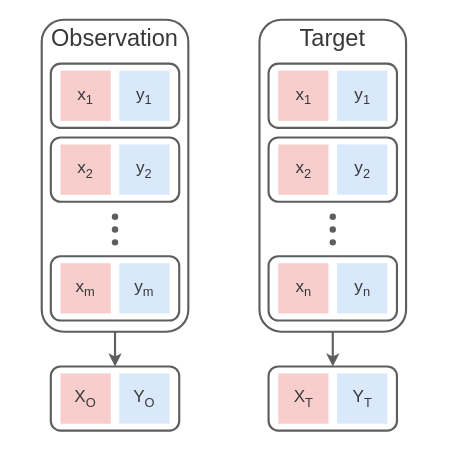
Earlier version of the draw.io diagram page "data" (7 of 10) of neural_process/nps.drawio (toonnyy8/PPT). Source tidied: cells renumbered, new cells numbered last; positions are measured from the earlier drawing's top-left corner, leaving out a move shared by most shapes. Both pictures are drawn from the tidied source at 107%, with x=0, y=0 at pixel (41, 19).
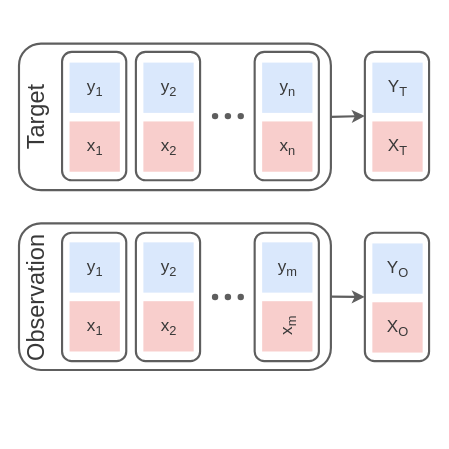
After the change.

Diff of the diagram source:
```diff
@@
+    <mxCell id="51" style="group;" parent="1" vertex="1">
+      <mxGeometry x="-21.5" y="22.2" width="384" height="305" as="geometry" />
+    </mxCell>
-    <mxCell id="2" style="rounded=1;whiteSpace=wrap;html=1;strokeColor=#5E5E5E;strokeWidth=2;fontSize=16;fontColor=#383838;fillColor=none;" parent="1" vertex="1">
-      <mxGeometry x="0.5" width="137" height="291.5" as="geometry" />
+    <mxCell id="2" style="rounded=1;whiteSpace=wrap;html=1;strokeColor=#5E5E5E;strokeWidth=2;fontSize=16;fontColor=#383838;fillColor=none;rotation=-90;" parent="51" vertex="1">
+      <mxGeometry x="78" y="90.8" width="137" height="291.5" as="geometry" />
     </mxCell>
-    <mxCell id="3" value="Observation" style="text;strokeColor=none;fillColor=none;align=center;verticalAlign=middle;rounded=0;fontSize=22;fontColor=#383838;" parent="1" vertex="1">
-      <mxGeometry x="24" width="90" height="30" as="geometry" />
+    <mxCell id="3" value="Observation" style="text;strokeColor=none;fillColor=none;align=center;verticalAlign=middle;rounded=0;fontSize=22;fontColor=#383838;rotation=-90;" parent="51" vertex="1">
+      <mxGeometry x="-30" y="221.8" width="90" height="30" as="geometry" />
     </mxCell>
-    <mxCell id="4" style="rounded=1;whiteSpace=wrap;html=1;strokeColor=#5E5E5E;strokeWidth=2;fontSize=16;fontColor=#383838;fillColor=none;" parent="1" vertex="1">
-      <mxGeometry x="204" width="137" height="291.5" as="geometry" />
+    <mxCell id="4" style="rounded=1;whiteSpace=wrap;html=1;strokeColor=#5E5E5E;strokeWidth=2;fontSize=16;fontColor=#383838;fillColor=none;rotation=-90;" parent="51" vertex="1">
+      <mxGeometry x="78" y="-77.2" width="137" height="291.5" as="geometry" />
     </mxCell>
-    <mxCell id="5" style="group;" parent="1" vertex="1">
-      <mxGeometry x="212.5" y="41" width="120" height="240" as="geometry" />
-    </mxCell>
-    <mxCell id="6" style="group;strokeWidth=1;fontColor=#383838;" parent="5" vertex="1">
-      <mxGeometry x="40" y="123" width="40" height="64" as="geometry" />
-    </mxCell>
-    <mxCell id="7" style="shape=waypoint;sketch=0;fillStyle=solid;size=6;fillColor=none;perimeter=centerPerimeter;fontSize=16;strokeColor=#5E5E5E;strokeWidth=1;fontColor=#383838;" parent="6" vertex="1">
-      <mxGeometry width="40" height="40" as="geometry" />
-    </mxCell>
-    <mxCell id="8" style="shape=waypoint;sketch=0;fillStyle=solid;size=6;fillColor=none;perimeter=centerPerimeter;fontSize=16;strokeColor=#5E5E5E;strokeWidth=1;fontColor=#383838;" parent="6" vertex="1">
-      <mxGeometry y="12" width="40" height="40" as="geometry" />
-    </mxCell>
-    <mxCell id="9" style="shape=waypoint;sketch=0;fillStyle=solid;size=6;fillColor=none;perimeter=centerPerimeter;fontSize=16;strokeColor=#5E5E5E;strokeWidth=1;fontColor=#383838;" parent="6" vertex="1">
-      <mxGeometry y="24" width="40" height="40" as="geometry" />
-    </mxCell>
-    <mxCell id="10" style="rounded=1;whiteSpace=wrap;html=1;strokeColor=#5E5E5E;strokeWidth=2;fontSize=16;fontColor=#383838;fillColor=none;" parent="5" vertex="1">
-      <mxGeometry y="180" width="120" height="60" as="geometry" />
-    </mxCell>
-    <mxCell id="11" style="group;fontSize=16;fontColor=#383838;" parent="5" vertex="1">
-      <mxGeometry x="9" y="186.5" width="102" height="47" as="geometry" />
-    </mxCell>
-    <mxCell id="12" value="x&lt;sub&gt;&lt;font style=&quot;font-size: 12px&quot;&gt;n&lt;/font&gt;&lt;/sub&gt;" style="whiteSpace=wrap;html=1;strokeColor=none;strokeWidth=2;fillColor=#f8cecc;fontSize=16;fontColor=#383838;" parent="11" vertex="1">
-      <mxGeometry width="47" height="47" as="geometry" />
-    </mxCell>
-    <mxCell id="13" value="y&lt;sub&gt;&lt;font style=&quot;font-size: 12px&quot;&gt;n&lt;/font&gt;&lt;/sub&gt;" style="whiteSpace=wrap;html=1;strokeColor=none;strokeWidth=2;fillColor=#dae8fc;fontSize=16;fontColor=#383838;" parent="11" vertex="1">
-      <mxGeometry x="55" width="47" height="47" as="geometry" />
-    </mxCell>
-    <mxCell id="14" style="rounded=1;whiteSpace=wrap;html=1;strokeColor=#5E5E5E;strokeWidth=2;fontSize=16;fontColor=#383838;fillColor=none;" parent="5" vertex="1">
-      <mxGeometry y="69" width="120" height="60" as="geometry" />
-    </mxCell>
-    <mxCell id="15" style="group;fontSize=16;fontColor=#383838;fillColor=none;" parent="5" vertex="1">
-      <mxGeometry x="9" y="75.5" width="102" height="47" as="geometry" />
-    </mxCell>
-    <mxCell id="16" value="x&lt;sub&gt;&lt;font style=&quot;font-size: 12px&quot;&gt;2&lt;/font&gt;&lt;/sub&gt;" style="whiteSpace=wrap;html=1;strokeColor=none;strokeWidth=2;fillColor=#f8cecc;fontSize=16;fontColor=#383838;" parent="15" vertex="1">
-      <mxGeometry width="47" height="47" as="geometry" />
-    </mxCell>
-    <mxCell id="17" value="y&lt;sub&gt;&lt;font style=&quot;font-size: 12px&quot;&gt;2&lt;/font&gt;&lt;/sub&gt;" style="whiteSpace=wrap;html=1;strokeColor=none;strokeWidth=2;fillColor=#dae8fc;fontSize=16;fontColor=#383838;" parent="15" vertex="1">
-      <mxGeometry x="55" width="47" height="47" as="geometry" />
-    </mxCell>
-    <mxCell id="18" style="rounded=1;whiteSpace=wrap;html=1;strokeColor=#5E5E5E;strokeWidth=2;fontSize=16;fontColor=#383838;fillColor=none;" parent="5" vertex="1">
-      <mxGeometry width="120" height="60" as="geometry" />
-    </mxCell>
-    <mxCell id="19" style="group;fontSize=16;fontColor=#383838;fillColor=none;" parent="5" vertex="1">
-      <mxGeometry x="9" y="6.5" width="102" height="47" as="geometry" />
-    </mxCell>
-    <mxCell id="20" value="x&lt;sub&gt;&lt;font style=&quot;font-size: 12px&quot;&gt;1&lt;/font&gt;&lt;/sub&gt;" style="whiteSpace=wrap;html=1;strokeColor=none;strokeWidth=2;fillColor=#f8cecc;fontSize=16;fontColor=#383838;" parent="19" vertex="1">
-      <mxGeometry width="47" height="47" as="geometry" />
-    </mxCell>
-    <mxCell id="21" value="y&lt;sub&gt;&lt;font style=&quot;font-size: 12px&quot;&gt;1&lt;/font&gt;&lt;/sub&gt;" style="whiteSpace=wrap;html=1;strokeColor=none;strokeWidth=2;fillColor=#dae8fc;fontSize=16;fontColor=#383838;" parent="19" vertex="1">
-      <mxGeometry x="55" width="47" height="47" as="geometry" />
-    </mxCell>
-    <mxCell id="22" value="Target" style="text;strokeColor=none;fillColor=none;align=center;verticalAlign=middle;rounded=0;fontSize=22;fontColor=#383838;" parent="1" vertex="1">
-      <mxGeometry x="227.5" width="90" height="30" as="geometry" />
+    <mxCell id="22" value="Target" style="text;strokeColor=none;fillColor=none;align=center;verticalAlign=middle;rounded=0;fontSize=22;fontColor=#383838;rotation=-90;" parent="51" vertex="1">
+      <mxGeometry x="-30" y="52.8" width="90" height="30" as="geometry" />
     </mxCell>
-    <mxCell id="23" style="group;strokeWidth=1;fontColor=#383838;" parent="1" vertex="1">
-      <mxGeometry x="49" y="164" width="40" height="64" as="geometry" />
+    <mxCell id="23" style="group;strokeWidth=1;fontColor=#383838;rotation=-90;" parent="51" vertex="1">
+      <mxGeometry x="176" y="204.8" width="40" height="64" as="geometry" />
     </mxCell>
-    <mxCell id="24" style="shape=waypoint;sketch=0;fillStyle=solid;size=6;fillColor=none;perimeter=centerPerimeter;fontSize=16;strokeColor=#5E5E5E;strokeWidth=1;fontColor=#383838;" parent="23" vertex="1">
-      <mxGeometry width="40" height="40" as="geometry" />
+    <mxCell id="24" style="shape=waypoint;sketch=0;fillStyle=solid;size=6;fillColor=none;perimeter=centerPerimeter;fontSize=16;strokeColor=#5E5E5E;strokeWidth=1;fontColor=#383838;rotation=-90;" parent="23" vertex="1">
+      <mxGeometry x="-12" y="12" width="40" height="40" as="geometry" />
     </mxCell>
-    <mxCell id="25" style="shape=waypoint;sketch=0;fillStyle=solid;size=6;fillColor=none;perimeter=centerPerimeter;fontSize=16;strokeColor=#5E5E5E;strokeWidth=1;fontColor=#383838;" parent="23" vertex="1">
+    <mxCell id="25" style="shape=waypoint;sketch=0;fillStyle=solid;size=6;fillColor=none;perimeter=centerPerimeter;fontSize=16;strokeColor=#5E5E5E;strokeWidth=1;fontColor=#383838;rotation=-90;" parent="23" vertex="1">
       <mxGeometry y="12" width="40" height="40" as="geometry" />
     </mxCell>
-    <mxCell id="26" style="shape=waypoint;sketch=0;fillStyle=solid;size=6;fillColor=none;perimeter=centerPerimeter;fontSize=16;strokeColor=#5E5E5E;strokeWidth=1;fontColor=#383838;" parent="23" vertex="1">
-      <mxGeometry y="24" width="40" height="40" as="geometry" />
+    <mxCell id="26" style="shape=waypoint;sketch=0;fillStyle=solid;size=6;fillColor=none;perimeter=centerPerimeter;fontSize=16;strokeColor=#5E5E5E;strokeWidth=1;fontColor=#383838;rotation=-90;" parent="23" vertex="1">
+      <mxGeometry x="12" y="12" width="40" height="40" as="geometry" />
     </mxCell>
-    <mxCell id="27" style="rounded=1;whiteSpace=wrap;html=1;strokeColor=#5E5E5E;strokeWidth=2;fontSize=16;fontColor=#383838;fillColor=none;" parent="1" vertex="1">
-      <mxGeometry x="9" y="221" width="120" height="60" as="geometry" />
+    <mxCell id="27" style="rounded=1;whiteSpace=wrap;html=1;strokeColor=#5E5E5E;strokeWidth=2;fontSize=16;fontColor=#383838;fillColor=none;rotation=-90;" parent="51" vertex="1">
+      <mxGeometry x="191" y="206.8" width="120" height="60" as="geometry" />
     </mxCell>
-    <mxCell id="28" style="group;fontSize=16;fontColor=#383838;" parent="1" vertex="1">
-      <mxGeometry x="18" y="227.5" width="102" height="47" as="geometry" />
+    <mxCell id="28" style="group;fontSize=16;fontColor=#383838;rotation=-90;" parent="51" vertex="1">
+      <mxGeometry x="200" y="212.8" width="102" height="47" as="geometry" />
     </mxCell>
-    <mxCell id="29" value="x&lt;sub&gt;&lt;font style=&quot;font-size: 12px&quot;&gt;m&lt;/font&gt;&lt;/sub&gt;" style="whiteSpace=wrap;html=1;strokeColor=none;strokeWidth=2;fillColor=#f8cecc;fontSize=16;fontColor=#383838;" parent="28" vertex="1">
-      <mxGeometry width="47" height="47" as="geometry" />
+    <mxCell id="29" value="x&lt;sub&gt;&lt;font style=&quot;font-size: 12px&quot;&gt;m&lt;/font&gt;&lt;/sub&gt;" style="whiteSpace=wrap;html=1;strokeColor=none;strokeWidth=2;fillColor=#f8cecc;fontSize=16;fontColor=#383838;rotation=-90;" parent="28" vertex="1">
+      <mxGeometry x="28" y="28" width="47" height="47" as="geometry" />
     </mxCell>
-    <mxCell id="30" value="y&lt;sub&gt;&lt;font style=&quot;font-size: 12px&quot;&gt;m&lt;/font&gt;&lt;/sub&gt;" style="whiteSpace=wrap;html=1;strokeColor=none;strokeWidth=2;fillColor=#dae8fc;fontSize=16;fontColor=#383838;" parent="28" vertex="1">
-      <mxGeometry x="55" width="47" height="47" as="geometry" />
+    <mxCell id="30" value="y&lt;sub&gt;&lt;font style=&quot;font-size: 12px&quot;&gt;m&lt;/font&gt;&lt;/sub&gt;" style="whiteSpace=wrap;html=1;strokeColor=none;strokeWidth=2;fillColor=#dae8fc;fontSize=16;fontColor=#383838;rotation=0;" parent="28" vertex="1">
+      <mxGeometry x="28" y="-27" width="47" height="47" as="geometry" />
     </mxCell>
-    <mxCell id="31" style="rounded=1;whiteSpace=wrap;html=1;strokeColor=#5E5E5E;strokeWidth=2;fontSize=16;fontColor=#383838;fillColor=none;" parent="1" vertex="1">
-      <mxGeometry x="9" y="110" width="120" height="60" as="geometry" />
+    <mxCell id="31" style="rounded=1;whiteSpace=wrap;html=1;strokeColor=#5E5E5E;strokeWidth=2;fontSize=16;fontColor=#383838;fillColor=none;rotation=-90;" parent="51" vertex="1">
+      <mxGeometry x="80" y="206.8" width="120" height="60" as="geometry" />
     </mxCell>
-    <mxCell id="32" style="group;fontSize=16;fontColor=#383838;fillColor=none;" parent="1" vertex="1">
-      <mxGeometry x="18" y="116.5" width="102" height="47" as="geometry" />
-    </mxCell>
+    <mxCell id="35" style="rounded=1;whiteSpace=wrap;html=1;strokeColor=#5E5E5E;strokeWidth=2;fontSize=16;fontColor=#383838;fillColor=none;rotation=-90;" parent="51" vertex="1">
+      <mxGeometry x="11" y="206.8" width="120" height="60" as="geometry" />
+    </mxCell>
+    <mxCell id="49" style="endArrow=classic;rounded=0;fontSize=12;fontColor=#383838;strokeColor=#5E5E5E;strokeWidth=2;exitX=0.5;exitY=1;exitDx=0;exitDy=0;entryX=0.5;entryY=0;entryDx=0;entryDy=0;" parent="51" edge="1" source="2" target="40">
+      <mxGeometry relative="1" as="geometry" />
+    </mxCell>
+    <mxCell id="50" style="endArrow=classic;rounded=0;fontSize=12;fontColor=#383838;strokeColor=#5E5E5E;strokeWidth=2;exitX=0.5;exitY=1;exitDx=0;exitDy=0;entryX=0.5;entryY=0;entryDx=0;entryDy=0;" parent="51" edge="1" source="4" target="45">
+      <mxGeometry relative="1" as="geometry" />
+    </mxCell>
+    <mxCell id="37" value="x&lt;sub&gt;&lt;font style=&quot;font-size: 12px&quot;&gt;1&lt;/font&gt;&lt;/sub&gt;" style="whiteSpace=wrap;html=1;strokeColor=none;strokeWidth=2;fillColor=#f8cecc;fontSize=16;fontColor=#383838;rotation=0;" parent="51" vertex="1">
+      <mxGeometry x="48" y="240.8" width="47" height="47" as="geometry" />
+    </mxCell>
+    <mxCell id="38" value="y&lt;sub&gt;&lt;font style=&quot;font-size: 12px&quot;&gt;1&lt;/font&gt;&lt;/sub&gt;" style="whiteSpace=wrap;html=1;strokeColor=none;strokeWidth=2;fillColor=#dae8fc;fontSize=16;fontColor=#383838;rotation=0;" parent="51" vertex="1">
+      <mxGeometry x="48" y="185.8" width="47" height="47" as="geometry" />
+    </mxCell>
-    <mxCell id="33" value="x&lt;sub&gt;&lt;font style=&quot;font-size: 12px&quot;&gt;2&lt;/font&gt;&lt;/sub&gt;" style="whiteSpace=wrap;html=1;strokeColor=none;strokeWidth=2;fillColor=#f8cecc;fontSize=16;fontColor=#383838;" parent="32" vertex="1">
-      <mxGeometry width="47" height="47" as="geometry" />
+    <mxCell id="33" value="x&lt;sub&gt;&lt;font style=&quot;font-size: 12px&quot;&gt;2&lt;/font&gt;&lt;/sub&gt;" style="whiteSpace=wrap;html=1;strokeColor=none;strokeWidth=2;fillColor=#f8cecc;fontSize=16;fontColor=#383838;rotation=0;" parent="51" vertex="1">
+      <mxGeometry x="117" y="240.8" width="47" height="47" as="geometry" />
     </mxCell>
-    <mxCell id="34" value="y&lt;sub&gt;&lt;font style=&quot;font-size: 12px&quot;&gt;2&lt;/font&gt;&lt;/sub&gt;" style="whiteSpace=wrap;html=1;strokeColor=none;strokeWidth=2;fillColor=#dae8fc;fontSize=16;fontColor=#383838;" parent="32" vertex="1">
-      <mxGeometry x="55" width="47" height="47" as="geometry" />
+    <mxCell id="34" value="y&lt;sub&gt;&lt;font style=&quot;font-size: 12px&quot;&gt;2&lt;/font&gt;&lt;/sub&gt;" style="whiteSpace=wrap;html=1;strokeColor=none;strokeWidth=2;fillColor=#dae8fc;fontSize=16;fontColor=#383838;rotation=0;" parent="51" vertex="1">
+      <mxGeometry x="117" y="185.8" width="47" height="47" as="geometry" />
     </mxCell>
-    <mxCell id="35" style="rounded=1;whiteSpace=wrap;html=1;strokeColor=#5E5E5E;strokeWidth=2;fontSize=16;fontColor=#383838;fillColor=none;" parent="1" vertex="1">
-      <mxGeometry x="9" y="41" width="120" height="60" as="geometry" />
-    </mxCell>
-    <mxCell id="36" style="group;fontSize=16;fontColor=#383838;fillColor=none;" parent="1" vertex="1">
-      <mxGeometry x="18" y="47.5" width="102" height="47" as="geometry" />
-    </mxCell>
-    <mxCell id="37" value="x&lt;sub&gt;&lt;font style=&quot;font-size: 12px&quot;&gt;1&lt;/font&gt;&lt;/sub&gt;" style="whiteSpace=wrap;html=1;strokeColor=none;strokeWidth=2;fillColor=#f8cecc;fontSize=16;fontColor=#383838;" parent="36" vertex="1">
-      <mxGeometry width="47" height="47" as="geometry" />
-    </mxCell>
-    <mxCell id="38" value="y&lt;sub&gt;&lt;font style=&quot;font-size: 12px&quot;&gt;1&lt;/font&gt;&lt;/sub&gt;" style="whiteSpace=wrap;html=1;strokeColor=none;strokeWidth=2;fillColor=#dae8fc;fontSize=16;fontColor=#383838;" parent="36" vertex="1">
-      <mxGeometry x="55" width="47" height="47" as="geometry" />
-    </mxCell>
-    <mxCell id="39" style="group;" parent="1" vertex="1">
-      <mxGeometry x="9" y="324" width="120" height="60" as="geometry" />
-    </mxCell>
-    <mxCell id="40" style="rounded=1;whiteSpace=wrap;html=1;strokeColor=#5E5E5E;strokeWidth=2;fontSize=16;fontColor=#383838;fillColor=none;" parent="39" vertex="1">
-      <mxGeometry width="120" height="60" as="geometry" />
+    <mxCell id="40" style="rounded=1;whiteSpace=wrap;html=1;strokeColor=#5E5E5E;strokeWidth=2;fontSize=16;fontColor=#383838;fillColor=none;rotation=-90;" parent="51" vertex="1">
+      <mxGeometry x="294" y="206.8" width="120" height="60" as="geometry" />
     </mxCell>
-    <mxCell id="41" style="group;fontSize=16;fontColor=#383838;" parent="39" vertex="1">
-      <mxGeometry x="9" y="6.5" width="102" height="47" as="geometry" />
-    </mxCell>
-    <mxCell id="42" value="X&lt;sub&gt;&lt;font style=&quot;font-size: 12px&quot;&gt;O&lt;/font&gt;&lt;/sub&gt;" style="whiteSpace=wrap;html=1;strokeColor=none;strokeWidth=2;fillColor=#f8cecc;fontSize=16;fontColor=#383838;" parent="41" vertex="1">
-      <mxGeometry width="47" height="47" as="geometry" />
+    <mxCell id="42" value="X&lt;sub&gt;&lt;font style=&quot;font-size: 12px&quot;&gt;O&lt;/font&gt;&lt;/sub&gt;" style="whiteSpace=wrap;html=1;strokeColor=none;strokeWidth=2;fillColor=#f8cecc;fontSize=16;fontColor=#383838;rotation=0;" parent="51" vertex="1">
+      <mxGeometry x="331" y="241.8" width="47" height="47" as="geometry" />
     </mxCell>
-    <mxCell id="43" value="Y&lt;sub&gt;&lt;font style=&quot;font-size: 12px&quot;&gt;O&lt;/font&gt;&lt;/sub&gt;" style="whiteSpace=wrap;html=1;strokeColor=none;strokeWidth=2;fillColor=#dae8fc;fontSize=16;fontColor=#383838;" parent="41" vertex="1">
-      <mxGeometry x="55" width="47" height="47" as="geometry" />
+    <mxCell id="43" value="Y&lt;sub&gt;&lt;font style=&quot;font-size: 12px&quot;&gt;O&lt;/font&gt;&lt;/sub&gt;" style="whiteSpace=wrap;html=1;strokeColor=none;strokeWidth=2;fillColor=#dae8fc;fontSize=16;fontColor=#383838;rotation=0;" parent="51" vertex="1">
+      <mxGeometry x="331" y="186.8" width="47" height="47" as="geometry" />
     </mxCell>
-    <mxCell id="44" style="group;" parent="1" vertex="1">
-      <mxGeometry x="212.5" y="324" width="120" height="60" as="geometry" />
-    </mxCell>
-    <mxCell id="45" style="rounded=1;whiteSpace=wrap;html=1;strokeColor=#5E5E5E;strokeWidth=2;fontSize=16;fontColor=#383838;fillColor=none;" parent="44" vertex="1">
-      <mxGeometry width="120" height="60" as="geometry" />
+    <mxCell id="45" style="rounded=1;whiteSpace=wrap;html=1;strokeColor=#5E5E5E;strokeWidth=2;fontSize=16;fontColor=#383838;fillColor=none;rotation=-90;" parent="51" vertex="1">
+      <mxGeometry x="294" y="37.8" width="120" height="60" as="geometry" />
     </mxCell>
-    <mxCell id="46" style="group;fontSize=16;fontColor=#383838;" parent="44" vertex="1">
-      <mxGeometry x="9" y="6.5" width="102" height="47" as="geometry" />
-    </mxCell>
-    <mxCell id="47" value="X&lt;sub&gt;&lt;font style=&quot;font-size: 12px&quot;&gt;T&lt;/font&gt;&lt;/sub&gt;" style="whiteSpace=wrap;html=1;strokeColor=none;strokeWidth=2;fillColor=#f8cecc;fontSize=16;fontColor=#383838;" parent="46" vertex="1">
-      <mxGeometry width="47" height="47" as="geometry" />
+    <mxCell id="47" value="X&lt;sub&gt;&lt;font style=&quot;font-size: 12px&quot;&gt;T&lt;/font&gt;&lt;/sub&gt;" style="whiteSpace=wrap;html=1;strokeColor=none;strokeWidth=2;fillColor=#f8cecc;fontSize=16;fontColor=#383838;rotation=0;direction=west;" parent="51" vertex="1">
+      <mxGeometry x="331" y="72.8" width="47" height="47" as="geometry" />
     </mxCell>
-    <mxCell id="48" value="Y&lt;sub&gt;&lt;font style=&quot;font-size: 12px&quot;&gt;T&lt;/font&gt;&lt;/sub&gt;" style="whiteSpace=wrap;html=1;strokeColor=none;strokeWidth=2;fillColor=#dae8fc;fontSize=16;fontColor=#383838;" parent="46" vertex="1">
-      <mxGeometry x="55" width="47" height="47" as="geometry" />
+    <mxCell id="48" value="Y&lt;sub&gt;&lt;font style=&quot;font-size: 12px&quot;&gt;T&lt;/font&gt;&lt;/sub&gt;" style="whiteSpace=wrap;html=1;strokeColor=none;strokeWidth=2;fillColor=#dae8fc;fontSize=16;fontColor=#383838;rotation=0;direction=south;" parent="51" vertex="1">
+      <mxGeometry x="331" y="17.8" width="47" height="47" as="geometry" />
     </mxCell>
-    <mxCell id="49" style="endArrow=classic;rounded=0;fontSize=12;fontColor=#383838;strokeColor=#5E5E5E;strokeWidth=2;exitX=0.5;exitY=1;exitDx=0;exitDy=0;entryX=0.5;entryY=0;entryDx=0;entryDy=0;" parent="1" edge="1" source="2" target="40">
-      <mxGeometry relative="1" as="geometry" />
-    </mxCell>
-    <mxCell id="50" style="endArrow=classic;rounded=0;fontSize=12;fontColor=#383838;strokeColor=#5E5E5E;strokeWidth=2;exitX=0.5;exitY=1;exitDx=0;exitDy=0;entryX=0.5;entryY=0;entryDx=0;entryDy=0;" parent="1" edge="1" source="4" target="45">
-      <mxGeometry relative="1" as="geometry" />
-    </mxCell>
+    <mxCell id="6" style="group;strokeWidth=1;fontColor=#383838;rotation=-90;" parent="51" vertex="1">
+      <mxGeometry x="176" y="35.8" width="40" height="64" as="geometry" />
+    </mxCell>
+    <mxCell id="7" style="shape=waypoint;sketch=0;fillStyle=solid;size=6;fillColor=none;perimeter=centerPerimeter;fontSize=16;strokeColor=#5E5E5E;strokeWidth=1;fontColor=#383838;rotation=-90;" parent="6" vertex="1">
+      <mxGeometry x="-12" y="12" width="40" height="40" as="geometry" />
+    </mxCell>
+    <mxCell id="8" style="shape=waypoint;sketch=0;fillStyle=solid;size=6;fillColor=none;perimeter=centerPerimeter;fontSize=16;strokeColor=#5E5E5E;strokeWidth=1;fontColor=#383838;rotation=-90;" parent="6" vertex="1">
+      <mxGeometry y="12" width="40" height="40" as="geometry" />
+    </mxCell>
+    <mxCell id="9" style="shape=waypoint;sketch=0;fillStyle=solid;size=6;fillColor=none;perimeter=centerPerimeter;fontSize=16;strokeColor=#5E5E5E;strokeWidth=1;fontColor=#383838;rotation=-90;" parent="6" vertex="1">
+      <mxGeometry x="12" y="12" width="40" height="40" as="geometry" />
+    </mxCell>
+    <mxCell id="10" style="rounded=1;whiteSpace=wrap;html=1;strokeColor=#5E5E5E;strokeWidth=2;fontSize=16;fontColor=#383838;fillColor=none;rotation=-90;" parent="51" vertex="1">
+      <mxGeometry x="191" y="37.8" width="120" height="60" as="geometry" />
+    </mxCell>
+    <mxCell id="14" style="rounded=1;whiteSpace=wrap;html=1;strokeColor=#5E5E5E;strokeWidth=2;fontSize=16;fontColor=#383838;fillColor=none;rotation=-90;" parent="51" vertex="1">
+      <mxGeometry x="80" y="37.8" width="120" height="60" as="geometry" />
+    </mxCell>
+    <mxCell id="18" style="rounded=1;whiteSpace=wrap;html=1;strokeColor=#5E5E5E;strokeWidth=2;fontSize=16;fontColor=#383838;fillColor=none;rotation=-90;" parent="51" vertex="1">
+      <mxGeometry x="11" y="37.8" width="120" height="60" as="geometry" />
+    </mxCell>
+    <mxCell id="12" value="x&lt;sub&gt;&lt;font style=&quot;font-size: 12px&quot;&gt;n&lt;/font&gt;&lt;/sub&gt;" style="whiteSpace=wrap;html=1;strokeColor=none;strokeWidth=2;fillColor=#f8cecc;fontSize=16;fontColor=#383838;rotation=0;" parent="51" vertex="1">
+      <mxGeometry x="228" y="72.8" width="47" height="47" as="geometry" />
+    </mxCell>
+    <mxCell id="13" value="y&lt;sub&gt;&lt;font style=&quot;font-size: 12px&quot;&gt;n&lt;/font&gt;&lt;/sub&gt;" style="whiteSpace=wrap;html=1;strokeColor=none;strokeWidth=2;fillColor=#dae8fc;fontSize=16;fontColor=#383838;rotation=0;" parent="51" vertex="1">
+      <mxGeometry x="228" y="17.8" width="47" height="47" as="geometry" />
+    </mxCell>
+    <mxCell id="16" value="x&lt;sub&gt;&lt;font style=&quot;font-size: 12px&quot;&gt;2&lt;/font&gt;&lt;/sub&gt;" style="whiteSpace=wrap;html=1;strokeColor=none;strokeWidth=2;fillColor=#f8cecc;fontSize=16;fontColor=#383838;rotation=0;" parent="51" vertex="1">
+      <mxGeometry x="117" y="72.8" width="47" height="47" as="geometry" />
+    </mxCell>
+    <mxCell id="17" value="y&lt;sub&gt;&lt;font style=&quot;font-size: 12px&quot;&gt;2&lt;/font&gt;&lt;/sub&gt;" style="whiteSpace=wrap;html=1;strokeColor=none;strokeWidth=2;fillColor=#dae8fc;fontSize=16;fontColor=#383838;rotation=0;" parent="51" vertex="1">
+      <mxGeometry x="117" y="17.8" width="47" height="47" as="geometry" />
+    </mxCell>
+    <mxCell id="20" value="x&lt;sub&gt;&lt;font style=&quot;font-size: 12px&quot;&gt;1&lt;/font&gt;&lt;/sub&gt;" style="whiteSpace=wrap;html=1;strokeColor=none;strokeWidth=2;fillColor=#f8cecc;fontSize=16;fontColor=#383838;rotation=0;" parent="51" vertex="1">
+      <mxGeometry x="48" y="72.8" width="47" height="47" as="geometry" />
+    </mxCell>
+    <mxCell id="21" value="y&lt;sub&gt;&lt;font style=&quot;font-size: 12px&quot;&gt;1&lt;/font&gt;&lt;/sub&gt;" style="whiteSpace=wrap;html=1;strokeColor=none;strokeWidth=2;fillColor=#dae8fc;fontSize=16;fontColor=#383838;rotation=0;" parent="51" vertex="1">
+      <mxGeometry x="48" y="17.8" width="47" height="47" as="geometry" />
+    </mxCell>
```
